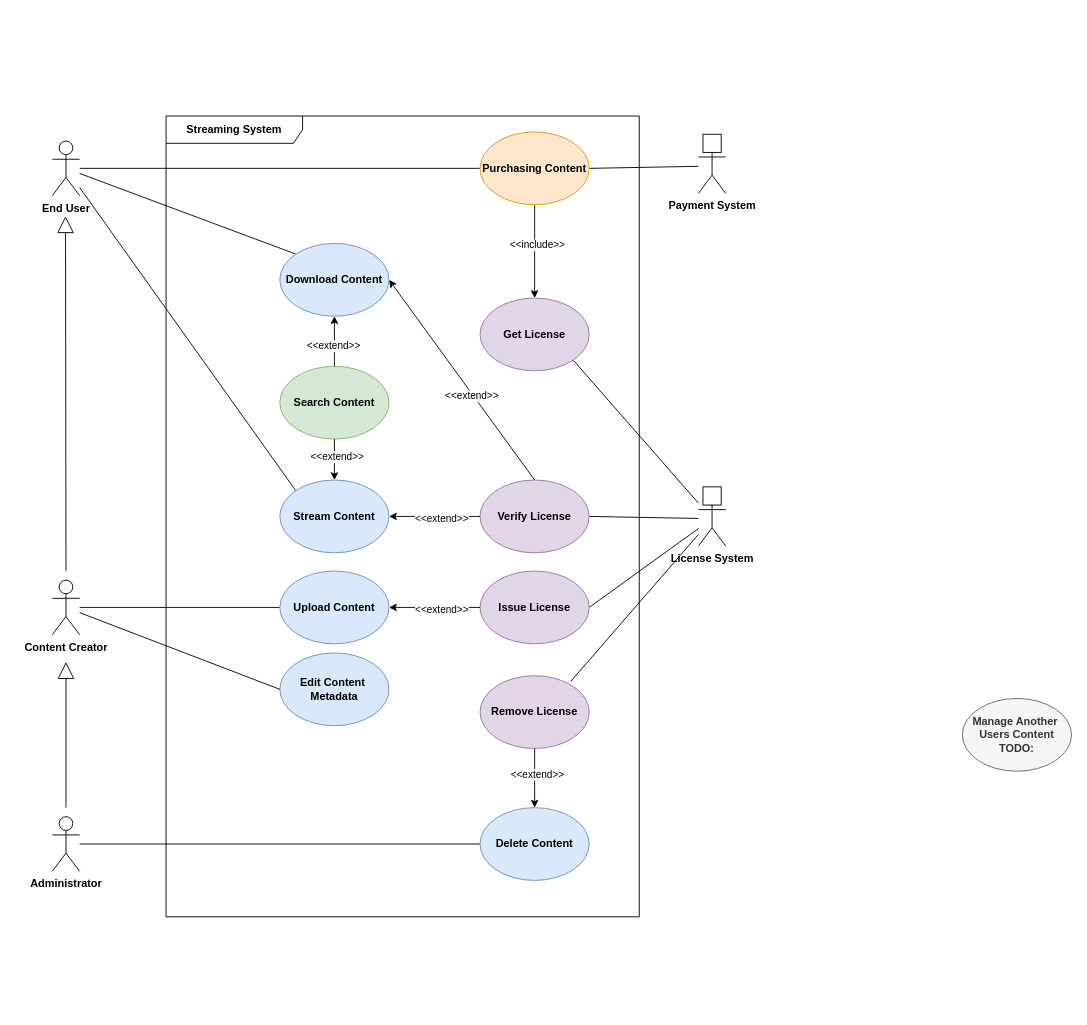
Before: SystemRequierments/FunctionalRequierments/Diagrams/StreamingFunctions_UseCaseDiagram.drawio in StreamPlatformServices/StreamingSystemDocs, a draw.io diagram. Source tidied: cells renumbered, new cells numbered last; positions are measured from the earlier drawing's top-left corner, leaving out a move shared by most shapes. Both pictures are drawn from the tidied source at 91%, with x=0, y=0 at pixel (15, 15).
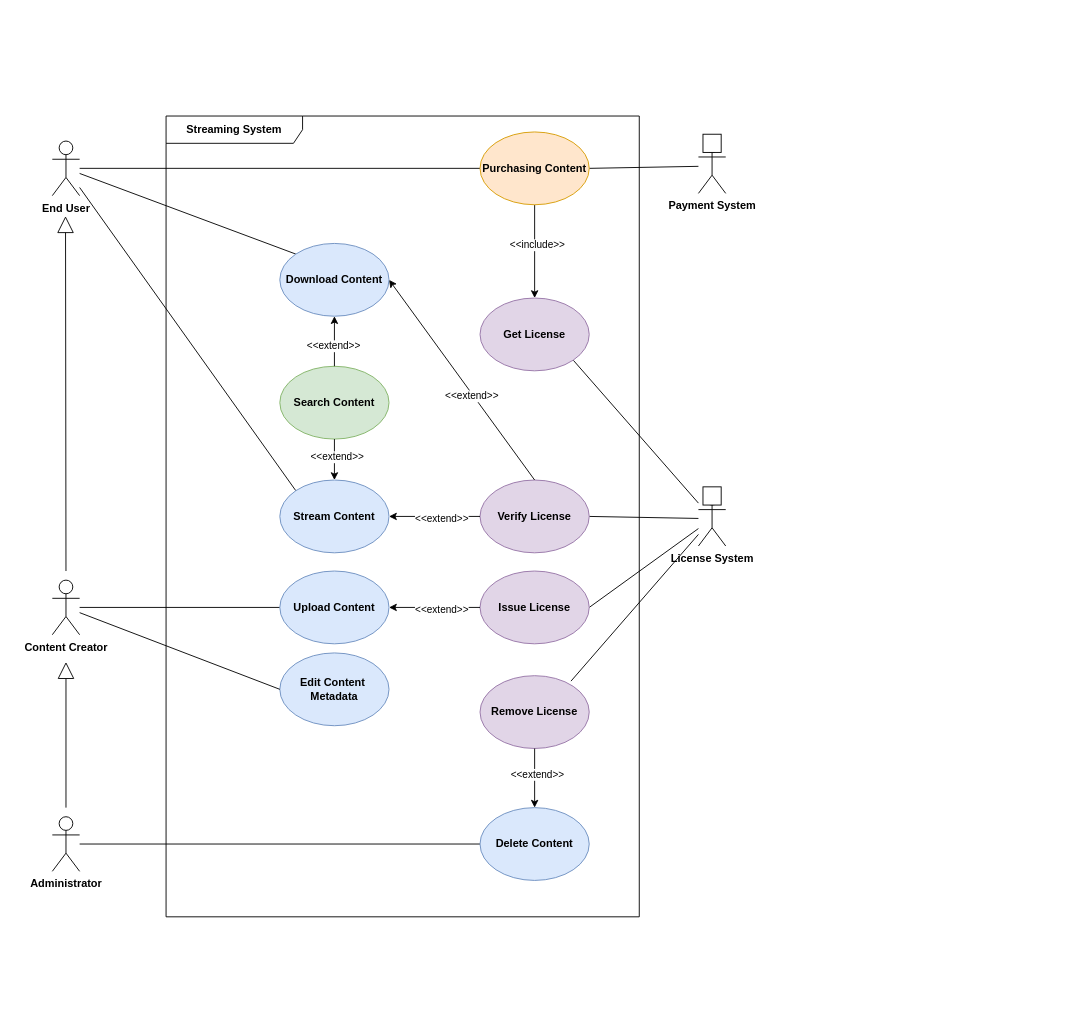
The same diagram, later.

Commit message (it also covers changes not shown here):
add APIGateway class diagram

The edit, as a diff of the source:
```diff
@@
-    <mxCell id="48" value="Manage Another&amp;nbsp;&lt;br&gt;Users Content&lt;br&gt;TODO:" style="ellipse;whiteSpace=wrap;html=1;fillColor=#f5f5f5;strokeColor=#666666;fontStyle=1;fontColor=#333333;" parent="1" vertex="1">
-      <mxGeometry x="1040" y="750" width="120" height="80" as="geometry" />
-    </mxCell>
```
